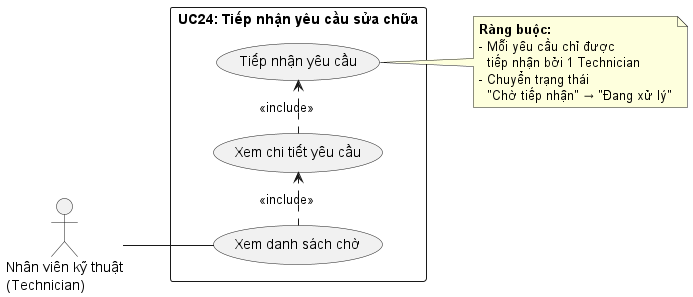
Before: src/DormitoryManagement/Docs/images/UC24_TiepNhanYeuCauSuaChua.png, a diagram exported from PlantUML (DOTHANHLUAN-24/DormitoryManagementSystem).
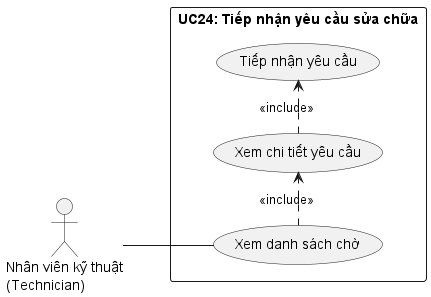
After the commit.

The edit, as a diff of the source:
```diff
@@ -16,12 +16,6 @@
 
 Technician -- UC24_ViewList
 
-note right of UC24_Accept
-  <b>Ràng buộc:</b>
-  - Mỗi yêu cầu chỉ được
-    tiếp nhận bởi 1 Technician
-  - Chuyển trạng thái
-    "Chờ tiếp nhận" → "Đang xử lý"
-end note
+
 
 @enduml
```
